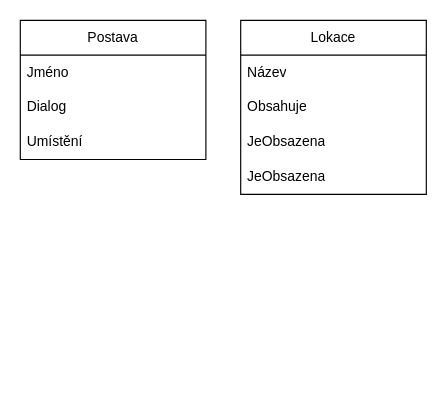
The draw.io diagram Untitled Diagram.drawio in adam-filinger/FileMaster, before the edit. Source tidied: cells renumbered, new cells numbered last; positions are measured from the earlier drawing's top-left corner, leaving out a move shared by most shapes. Both pictures are drawn from the tidied source at 116%, with x=0, y=0 at pixel (20, 20).
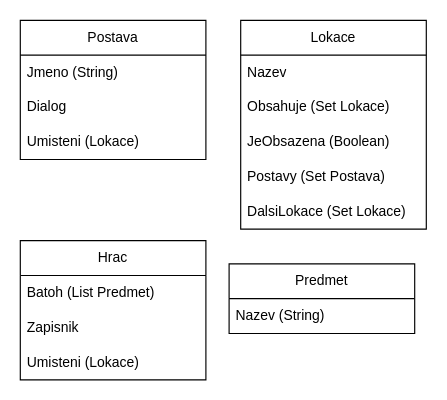
After the change.

Change to the diagram source:
```diff
@@
 <mxGraphModel>
   <root>
     <mxCell id="0" />
     <mxCell id="1" parent="0" />
     <mxCell id="2" value="Postava" style="swimlane;fontStyle=0;horizontal=1;startSize=30;whiteSpace=wrap;html=1;" parent="1" vertex="1">
       <mxGeometry width="160" height="120" as="geometry" />
     </mxCell>
-    <mxCell id="3" value="Jméno" style="text;strokeColor=none;fillColor=none;align=left;verticalAlign=middle;spacingLeft=4;spacingRight=4;overflow=hidden;whiteSpace=wrap;html=1;" parent="2" vertex="1">
+    <mxCell id="3" value="Jmeno (String)" style="text;strokeColor=none;fillColor=none;align=left;verticalAlign=middle;spacingLeft=4;spacingRight=4;overflow=hidden;whiteSpace=wrap;html=1;" parent="2" vertex="1">
       <mxGeometry y="30" width="160" height="30" as="geometry" />
     </mxCell>
     <mxCell id="4" value="Dialog" style="text;strokeColor=none;fillColor=none;align=left;verticalAlign=middle;spacingLeft=4;spacingRight=4;overflow=hidden;whiteSpace=wrap;html=1;" parent="2" vertex="1">
       <mxGeometry y="60" width="160" height="30" as="geometry" />
     </mxCell>
-    <mxCell id="5" value="Umístění" style="text;strokeColor=none;fillColor=none;align=left;verticalAlign=middle;spacingLeft=4;spacingRight=4;overflow=hidden;whiteSpace=wrap;html=1;" parent="2" vertex="1">
-      <mxGeometry y="90" width="160" height="30" as="geometry" />
-    </mxCell>
+    <mxCell id="11" value="Umisteni (Lokace)" style="text;strokeColor=none;fillColor=none;align=left;verticalAlign=middle;spacingLeft=4;spacingRight=4;overflow=hidden;whiteSpace=wrap;html=1;" parent="2" vertex="1">
+      <mxGeometry y="90" width="160" height="30" as="geometry" />
+    </mxCell>
     <mxCell id="6" value="Lokace" style="swimlane;fontStyle=0;horizontal=1;startSize=30;whiteSpace=wrap;html=1;" parent="1" vertex="1">
-      <mxGeometry x="190" width="160" height="150" as="geometry" />
+      <mxGeometry x="190" width="160" height="180" as="geometry" />
     </mxCell>
-    <mxCell id="7" value="Název" style="text;strokeColor=none;fillColor=none;align=left;verticalAlign=middle;spacingLeft=4;spacingRight=4;overflow=hidden;whiteSpace=wrap;html=1;" parent="6" vertex="1">
+    <mxCell id="7" value="Nazev" style="text;strokeColor=none;fillColor=none;align=left;verticalAlign=middle;spacingLeft=4;spacingRight=4;overflow=hidden;whiteSpace=wrap;html=1;" parent="6" vertex="1">
       <mxGeometry y="30" width="160" height="30" as="geometry" />
     </mxCell>
-    <mxCell id="8" value="Obsahuje" style="text;strokeColor=none;fillColor=none;align=left;verticalAlign=middle;spacingLeft=4;spacingRight=4;overflow=hidden;whiteSpace=wrap;html=1;" parent="6" vertex="1">
+    <mxCell id="8" value="Obsahuje (Set Lokace)" style="text;strokeColor=none;fillColor=none;align=left;verticalAlign=middle;spacingLeft=4;spacingRight=4;overflow=hidden;whiteSpace=wrap;html=1;" parent="6" vertex="1">
       <mxGeometry y="60" width="160" height="30" as="geometry" />
     </mxCell>
-    <mxCell id="9" value="JeObsazena" style="text;strokeColor=none;fillColor=none;align=left;verticalAlign=middle;spacingLeft=4;spacingRight=4;overflow=hidden;whiteSpace=wrap;html=1;" parent="6" vertex="1">
+    <mxCell id="9" value="JeObsazena (Boolean)" style="text;strokeColor=none;fillColor=none;align=left;verticalAlign=middle;spacingLeft=4;spacingRight=4;overflow=hidden;whiteSpace=wrap;html=1;" parent="6" vertex="1">
       <mxGeometry y="90" width="160" height="30" as="geometry" />
     </mxCell>
+    <mxCell id="12" value="Postavy (Set Postava)" style="text;strokeColor=none;fillColor=none;align=left;verticalAlign=middle;spacingLeft=4;spacingRight=4;overflow=hidden;whiteSpace=wrap;html=1;" parent="6" vertex="1">
+      <mxGeometry y="120" width="160" height="30" as="geometry" />
+    </mxCell>
-    <mxCell id="10" value="JeObsazena" style="text;strokeColor=none;fillColor=none;align=left;verticalAlign=middle;spacingLeft=4;spacingRight=4;overflow=hidden;whiteSpace=wrap;html=1;" parent="6" vertex="1">
-      <mxGeometry y="120" width="160" height="30" as="geometry" />
+    <mxCell id="10" value="DalsiLokace (Set Lokace)" style="text;strokeColor=none;fillColor=none;align=left;verticalAlign=middle;spacingLeft=4;spacingRight=4;overflow=hidden;whiteSpace=wrap;html=1;" parent="6" vertex="1">
+      <mxGeometry y="150" width="160" height="30" as="geometry" />
     </mxCell>
+    <mxCell id="13" value="Hrac" style="swimlane;fontStyle=0;horizontal=1;startSize=30;whiteSpace=wrap;html=1;" parent="1" vertex="1">
+      <mxGeometry y="190" width="160" height="120" as="geometry" />
+    </mxCell>
+    <mxCell id="14" value="Batoh (List Predmet)" style="text;strokeColor=none;fillColor=none;align=left;verticalAlign=middle;spacingLeft=4;spacingRight=4;overflow=hidden;whiteSpace=wrap;html=1;" parent="13" vertex="1">
+      <mxGeometry y="30" width="160" height="30" as="geometry" />
+    </mxCell>
+    <mxCell id="15" value="Zapisnik" style="text;strokeColor=none;fillColor=none;align=left;verticalAlign=middle;spacingLeft=4;spacingRight=4;overflow=hidden;whiteSpace=wrap;html=1;" parent="13" vertex="1">
+      <mxGeometry y="60" width="160" height="30" as="geometry" />
+    </mxCell>
+    <mxCell id="16" value="Umisteni (Lokace)" style="text;strokeColor=none;fillColor=none;align=left;verticalAlign=middle;spacingLeft=4;spacingRight=4;overflow=hidden;whiteSpace=wrap;html=1;" parent="13" vertex="1">
+      <mxGeometry y="90" width="160" height="30" as="geometry" />
+    </mxCell>
+    <mxCell id="17" value="Predmet" style="swimlane;fontStyle=0;horizontal=1;startSize=30;whiteSpace=wrap;html=1;" parent="1" vertex="1">
+      <mxGeometry x="180" y="210" width="160" height="60" as="geometry" />
+    </mxCell>
+    <mxCell id="18" value="Nazev (String)" style="text;strokeColor=none;fillColor=none;align=left;verticalAlign=middle;spacingLeft=4;spacingRight=4;overflow=hidden;whiteSpace=wrap;html=1;" parent="17" vertex="1">
+      <mxGeometry y="30" width="160" height="30" as="geometry" />
+    </mxCell>
   </root>
 </mxGraphModel>
```
